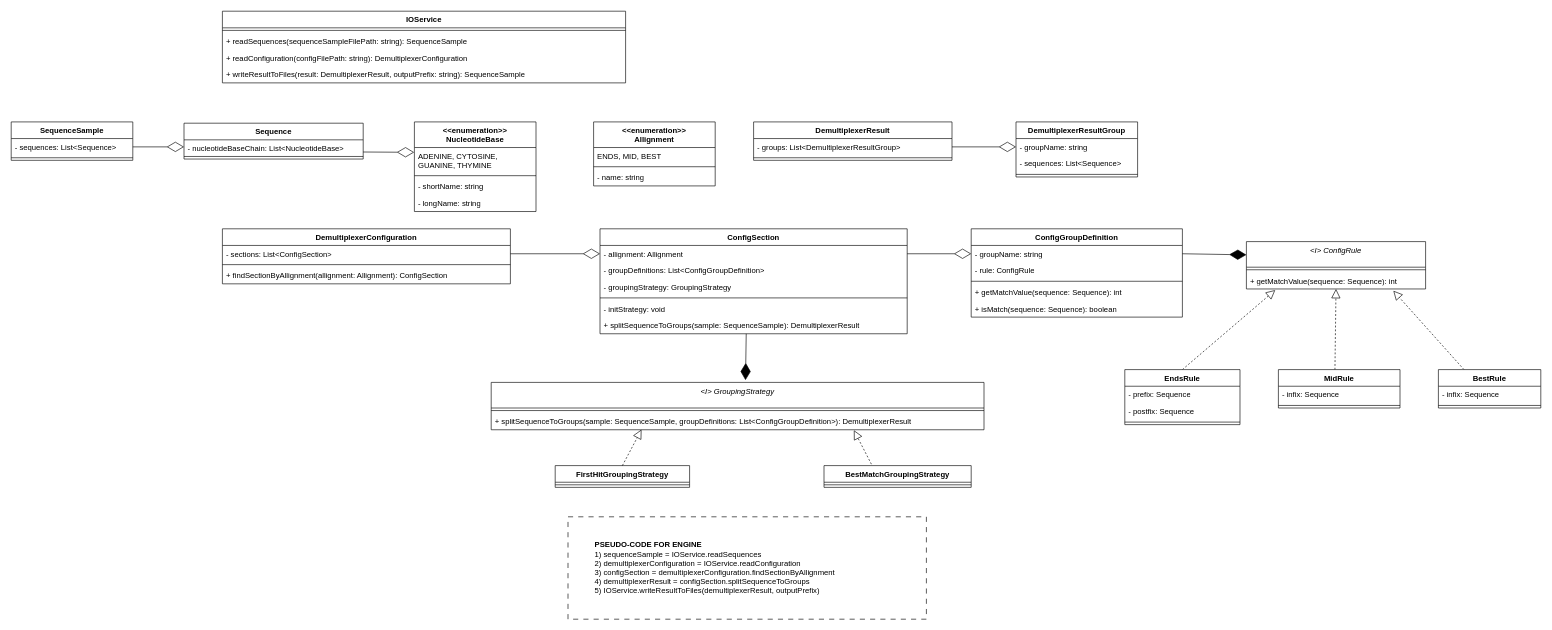
The draw.io diagram uml.drawio in bodroghykristof/omixon-demultiplexer, before the edit. Source tidied: cells renumbered, new cells numbered last; positions are measured from the earlier drawing's top-left corner, leaving out a move shared by most shapes. Both pictures are drawn from the tidied source at 64%, with x=0, y=0 at pixel (11, 11).
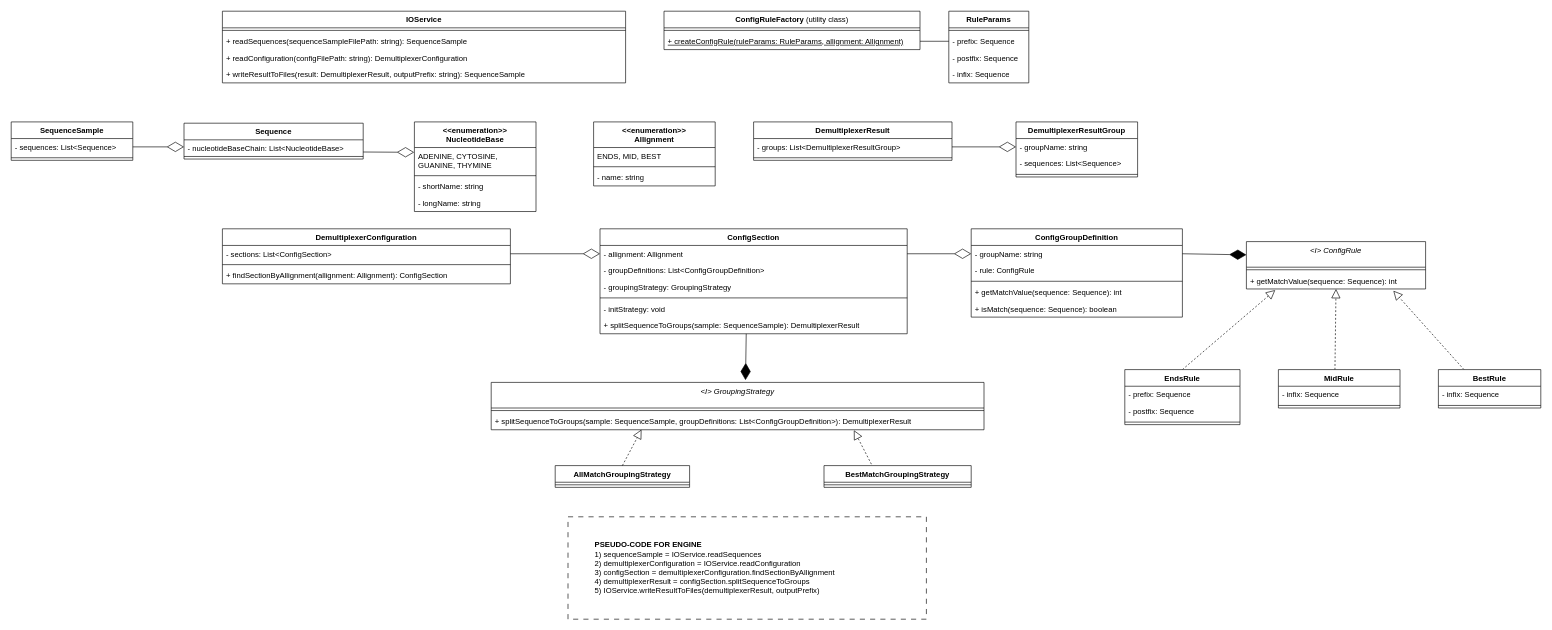
The same page after the edit.

Commit message (it also covers changes not shown here):
rename class and update UML

Diff of the diagram source:
```diff
@@
-    <mxCell id="52" value="FirstHitGroupingStrategy" style="swimlane;fontStyle=1;align=center;verticalAlign=top;horizontal=1;startSize=26;whiteSpace=wrap;html=1;" parent="1" vertex="1">
+    <mxCell id="52" value="AllMatchGroupingStrategy" style="swimlane;fontStyle=1;align=center;verticalAlign=top;horizontal=1;startSize=26;whiteSpace=wrap;html=1;" parent="1" vertex="1">
       <mxGeometry x="850" y="710" width="210" height="34" as="geometry" />
     </mxCell>
@@
+    <mxCell id="79" value="ConfigRuleFactory &lt;span style=&quot;font-weight: normal;&quot;&gt;(utility class)&lt;/span&gt;" style="swimlane;fontStyle=1;align=center;verticalAlign=top;horizontal=1;startSize=26;whiteSpace=wrap;html=1;" parent="1" vertex="1">
+      <mxGeometry x="1020" width="400" height="60" as="geometry" />
+    </mxCell>
+    <mxCell id="80" style="line;strokeWidth=1;fillColor=none;align=left;verticalAlign=middle;spacingTop=-1;spacingLeft=3;spacingRight=3;labelPosition=right;strokeColor=inherit;" parent="79" vertex="1">
+      <mxGeometry y="26" width="400" height="8" as="geometry" />
+    </mxCell>
+    <mxCell id="81" value="&lt;u&gt;+ createConfigRule(ruleParams: RuleParams, allignment: Allignment)&lt;/u&gt;" style="text;strokeColor=none;fillColor=none;align=left;verticalAlign=top;spacingLeft=4;spacingRight=4;overflow=hidden;points=[[0,0.5],[1,0.5]];portConstraint=eastwest;whiteSpace=wrap;html=1;" parent="79" vertex="1">
+      <mxGeometry y="34" width="400" height="26" as="geometry" />
+    </mxCell>
+    <mxCell id="82" style="endArrow=none;html=1;endSize=12;startArrow=none;startSize=14;startFill=0;edgeStyle=orthogonalEdgeStyle;align=left;verticalAlign=bottom;rounded=0;endFill=0;exitX=1;exitY=0.5;exitDx=0;exitDy=0;entryX=0;entryY=0.5;entryDx=0;entryDy=0;" parent="1" edge="1" source="81" target="85">
+      <mxGeometry x="-1" y="3" relative="1" as="geometry" />
+    </mxCell>
+    <mxCell id="83" value="RuleParams" style="swimlane;fontStyle=1;align=center;verticalAlign=top;horizontal=1;startSize=26;whiteSpace=wrap;html=1;" parent="1" vertex="1">
+      <mxGeometry x="1465" width="125" height="112" as="geometry" />
+    </mxCell>
+    <mxCell id="84" style="line;strokeWidth=1;fillColor=none;align=left;verticalAlign=middle;spacingTop=-1;spacingLeft=3;spacingRight=3;labelPosition=right;strokeColor=inherit;" parent="83" vertex="1">
+      <mxGeometry y="26" width="125" height="8" as="geometry" />
+    </mxCell>
+    <mxCell id="85" value="- prefix: Sequence" style="text;strokeColor=none;fillColor=none;align=left;verticalAlign=top;spacingLeft=4;spacingRight=4;overflow=hidden;points=[[0,0.5],[1,0.5]];portConstraint=eastwest;whiteSpace=wrap;html=1;" parent="83" vertex="1">
+      <mxGeometry y="34" width="125" height="26" as="geometry" />
+    </mxCell>
+    <mxCell id="86" value="- postfix: Sequence" style="text;strokeColor=none;fillColor=none;align=left;verticalAlign=top;spacingLeft=4;spacingRight=4;overflow=hidden;whiteSpace=wrap;html=1;" parent="83" vertex="1">
+      <mxGeometry y="60" width="125" height="26" as="geometry" />
+    </mxCell>
+    <mxCell id="87" value="- infix: Sequence" style="text;strokeColor=none;fillColor=none;align=left;verticalAlign=top;spacingLeft=4;spacingRight=4;overflow=hidden;whiteSpace=wrap;html=1;" parent="83" vertex="1">
+      <mxGeometry y="86" width="125" height="26" as="geometry" />
+    </mxCell>
```
